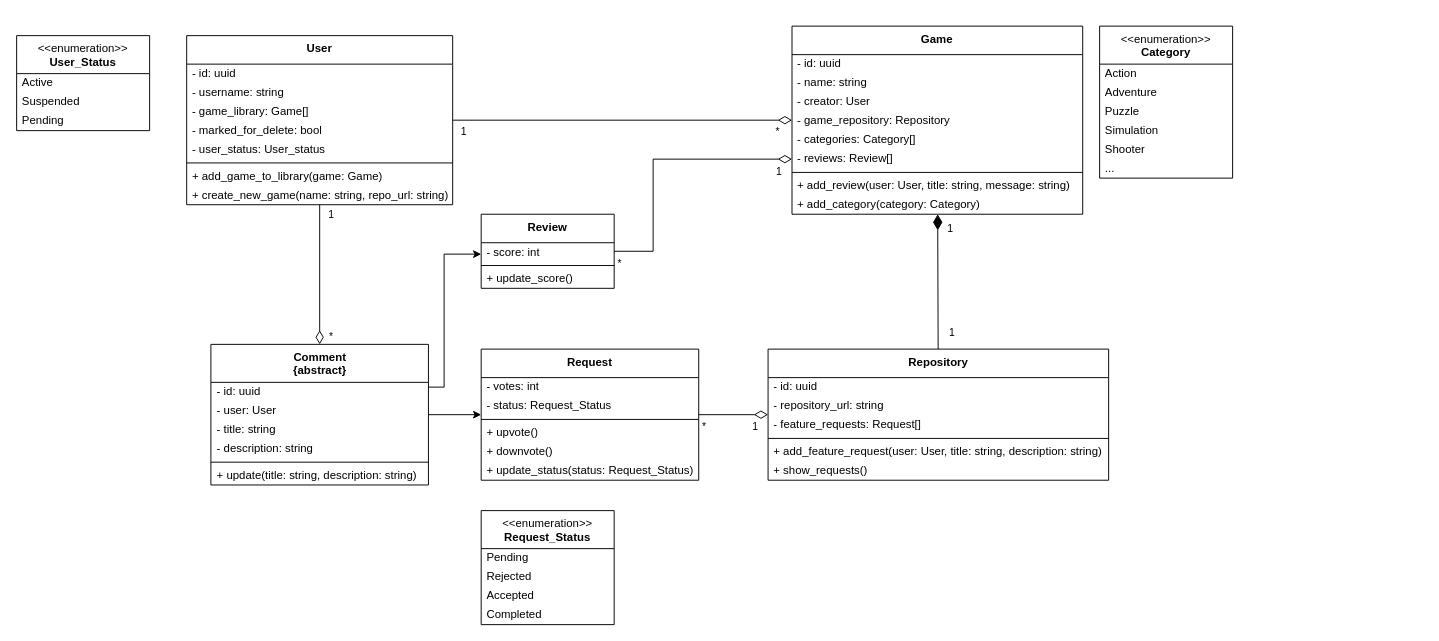
Earlier version of the draw.io diagram models/Ole/class.drawio (Hoglar/specDrivenDev). Source tidied: cells renumbered, new cells numbered last; positions are measured from the earlier drawing's top-left corner, leaving out a move shared by most shapes. Both pictures are drawn from the tidied source at 95%, with x=0, y=0 at pixel (16, 26).
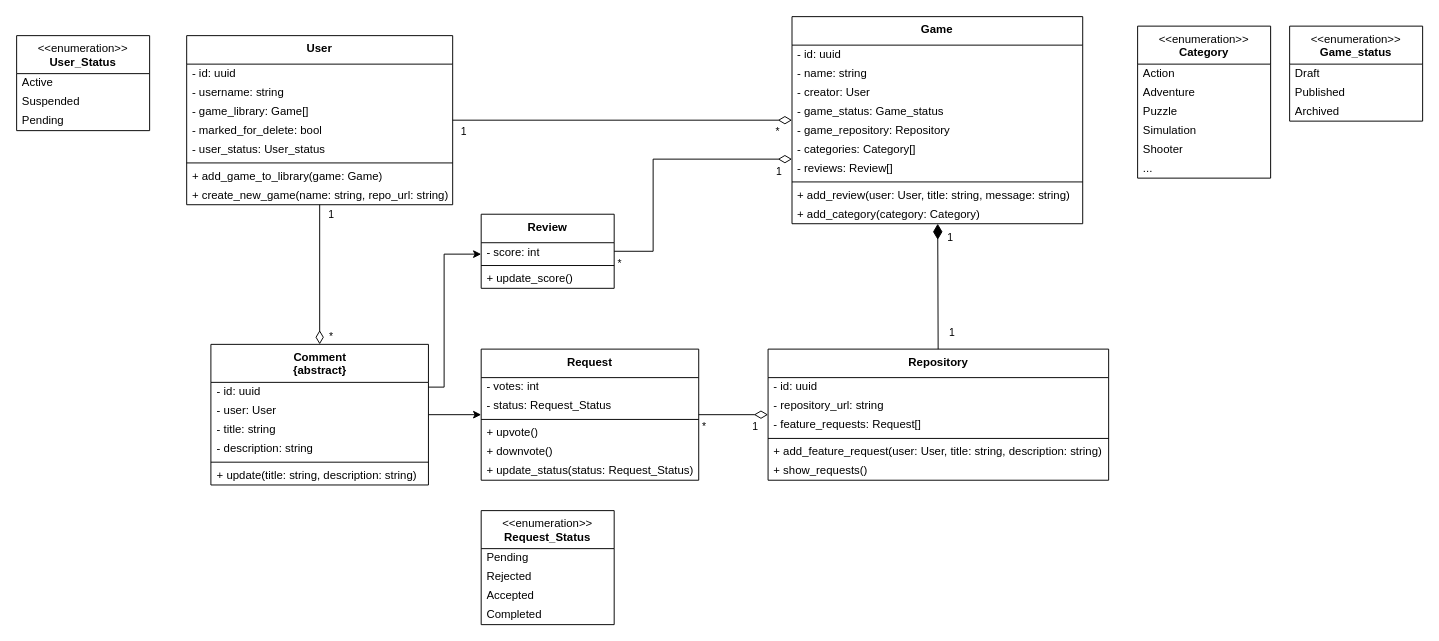
Above is the later version.

Commit message:
game status

Change to the diagram source:
```diff
@@
     <mxCell id="11" value="&lt;b&gt;Game&lt;/b&gt;" style="swimlane;fontStyle=0;align=center;verticalAlign=top;horizontal=1;startSize=30;html=1;whiteSpace=wrap;" parent="1" vertex="1">
-      <mxGeometry x="816.2" width="306" height="198" as="geometry" />
+      <mxGeometry x="816.2" y="-10" width="306" height="218" as="geometry" />
     </mxCell>
@@
+    <mxCell id="78" value="- game_status: Game_status" style="text;html=1;strokeColor=none;fillColor=none;align=left;verticalAlign=middle;spacingLeft=4;spacingRight=4;overflow=hidden;whiteSpace=wrap;" parent="11" vertex="1">
+      <mxGeometry y="90" width="306" height="20" as="geometry" />
+    </mxCell>
     <mxCell id="15" value="- game_repository: Repository" style="text;html=1;strokeColor=none;fillColor=none;align=left;verticalAlign=middle;spacingLeft=4;spacingRight=4;overflow=hidden;whiteSpace=wrap;" parent="11" vertex="1">
-      <mxGeometry y="90" width="306" height="20" as="geometry" />
+      <mxGeometry y="110" width="306" height="20" as="geometry" />
     </mxCell>
     <mxCell id="16" value="- categories: Category[]" style="text;html=1;strokeColor=none;fillColor=none;align=left;verticalAlign=middle;spacingLeft=4;spacingRight=4;overflow=hidden;whiteSpace=wrap;" parent="11" vertex="1">
-      <mxGeometry y="110" width="306" height="20" as="geometry" />
+      <mxGeometry y="130" width="306" height="20" as="geometry" />
     </mxCell>
     <mxCell id="17" value="- reviews: Review[]" style="text;html=1;strokeColor=none;fillColor=none;align=left;verticalAlign=middle;spacingLeft=4;spacingRight=4;overflow=hidden;whiteSpace=wrap;" parent="11" vertex="1">
-      <mxGeometry y="130" width="306" height="20" as="geometry" />
+      <mxGeometry y="150" width="306" height="20" as="geometry" />
     </mxCell>
     <mxCell id="18" style="line;strokeWidth=1;fillColor=none;align=left;verticalAlign=middle;spacingTop=-1;spacingLeft=3;spacingRight=3;labelPosition=right;" parent="11" vertex="1">
-      <mxGeometry y="150" width="306" height="8" as="geometry" />
+      <mxGeometry y="170" width="306" height="8" as="geometry" />
     </mxCell>
     <mxCell id="19" value="+ add_review(user: User, title: string, message: string)" style="text;html=1;strokeColor=none;fillColor=none;align=left;verticalAlign=middle;spacingLeft=4;spacingRight=4;overflow=hidden;whiteSpace=wrap;" parent="11" vertex="1">
-      <mxGeometry y="158" width="306" height="20" as="geometry" />
+      <mxGeometry y="178" width="306" height="20" as="geometry" />
     </mxCell>
     <mxCell id="20" value="+ add_category(category: Category)" style="text;html=1;strokeColor=none;fillColor=none;align=left;verticalAlign=middle;spacingLeft=4;spacingRight=4;overflow=hidden;whiteSpace=wrap;" parent="11" vertex="1">
-      <mxGeometry y="178" width="306" height="20" as="geometry" />
+      <mxGeometry y="198" width="306" height="20" as="geometry" />
     </mxCell>
@@
     <mxCell id="41" value="&amp;lt;&amp;lt;enumeration&amp;gt;&amp;gt;&lt;br&gt;&lt;b&gt;Category&lt;/b&gt;" style="swimlane;fontStyle=0;align=center;verticalAlign=top;horizontal=1;startSize=40;html=1;whiteSpace=wrap;" parent="1" vertex="1">
-      <mxGeometry x="1140" width="140" height="160" as="geometry" />
+      <mxGeometry x="1180" width="140" height="160" as="geometry" />
     </mxCell>
@@
+    <mxCell id="79" value="&amp;lt;&amp;lt;enumeration&amp;gt;&amp;gt;&lt;br&gt;&lt;b&gt;Game_status&lt;/b&gt;" style="swimlane;fontStyle=0;align=center;verticalAlign=top;horizontal=1;startSize=40;html=1;whiteSpace=wrap;" parent="1" vertex="1">
+      <mxGeometry x="1340" width="140" height="100" as="geometry" />
+    </mxCell>
+    <mxCell id="80" value="Draft" style="text;html=1;strokeColor=none;fillColor=none;align=left;verticalAlign=middle;spacingLeft=4;spacingRight=4;overflow=hidden;whiteSpace=wrap;" parent="79" vertex="1">
+      <mxGeometry y="40" width="140" height="20" as="geometry" />
+    </mxCell>
+    <mxCell id="81" value="Published" style="text;html=1;strokeColor=none;fillColor=none;align=left;verticalAlign=middle;spacingLeft=4;spacingRight=4;overflow=hidden;whiteSpace=wrap;" parent="79" vertex="1">
+      <mxGeometry y="60" width="140" height="20" as="geometry" />
+    </mxCell>
+    <mxCell id="82" value="Archived" style="text;html=1;strokeColor=none;fillColor=none;align=left;verticalAlign=middle;spacingLeft=4;spacingRight=4;overflow=hidden;whiteSpace=wrap;" parent="79" vertex="1">
+      <mxGeometry y="80" width="140" height="20" as="geometry" />
+    </mxCell>
```
